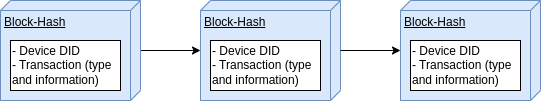
Before: thesis/figures/dlt-architecture.png, a diagram exported from draw.io (arminveres/iot-inventory-management). Source tidied: cells renumbered, new cells last; positions are measured from the earlier drawing's top-left corner, leaving out a move shared by most shapes. Its diagram source:
```xml
<mxGraphModel>
  <root>
    <mxCell id="0" />
    <mxCell id="1" parent="0" />
    <mxCell id="2" style="edgeStyle=orthogonalEdgeStyle;rounded=0;jettySize=auto;html=1;" parent="1" edge="1" source="4" target="7">
      <mxGeometry relative="1" as="geometry" />
    </mxCell>
    <mxCell id="3" style="group;" parent="1" vertex="1">
      <mxGeometry width="140" height="100" as="geometry" />
    </mxCell>
    <mxCell id="4" value="Block-Hash" style="verticalAlign=top;align=left;spacingTop=8;spacingLeft=2;spacingRight=12;shape=cube;size=10;direction=south;fontStyle=4;html=1;whiteSpace=wrap;fillColor=#dae8fc;strokeColor=#6c8ebf;" parent="3" vertex="1">
      <mxGeometry width="140" height="100" as="geometry" />
    </mxCell>
    <mxCell id="5" value="&lt;span style=&quot;font-weight: 400;&quot;&gt;- Device DID&lt;br&gt;- Transaction (type and information)&lt;br&gt;&lt;/span&gt;" style="html=1;whiteSpace=wrap;fontStyle=1;align=left;" parent="3" vertex="1">
      <mxGeometry x="10" y="40" width="110" height="50" as="geometry" />
    </mxCell>
    <mxCell id="6" style="group;" parent="1" vertex="1">
      <mxGeometry x="200" width="140" height="100" as="geometry" />
    </mxCell>
    <mxCell id="7" value="Block-Hash" style="verticalAlign=top;align=left;spacingTop=8;spacingLeft=2;spacingRight=12;shape=cube;size=10;direction=south;fontStyle=4;html=1;whiteSpace=wrap;fillColor=#dae8fc;strokeColor=#6c8ebf;" parent="6" vertex="1">
      <mxGeometry width="140" height="100" as="geometry" />
    </mxCell>
    <mxCell id="8" value="&lt;span style=&quot;font-weight: normal;&quot;&gt;- Device DID&lt;br style=&quot;border-color: var(--border-color);&quot;&gt;- Transaction (type and information)&lt;/span&gt;&lt;span style=&quot;font-weight: 400;&quot;&gt;&lt;br&gt;&lt;/span&gt;" style="html=1;whiteSpace=wrap;fontStyle=1;align=left;" parent="6" vertex="1">
      <mxGeometry x="10" y="40" width="110" height="50" as="geometry" />
    </mxCell>
    <mxCell id="9" style="group;" parent="1" vertex="1">
      <mxGeometry x="400" width="140" height="100" as="geometry" />
    </mxCell>
    <mxCell id="10" value="Block-Hash" style="verticalAlign=top;align=left;spacingTop=8;spacingLeft=2;spacingRight=12;shape=cube;size=10;direction=south;fontStyle=4;html=1;whiteSpace=wrap;fillColor=#dae8fc;strokeColor=#6c8ebf;" parent="9" vertex="1">
      <mxGeometry width="140" height="100" as="geometry" />
    </mxCell>
    <mxCell id="11" value="&lt;span style=&quot;font-weight: normal;&quot;&gt;- Device DID&lt;br style=&quot;border-color: var(--border-color);&quot;&gt;- Transaction (type and information)&lt;/span&gt;&lt;span style=&quot;font-weight: 400;&quot;&gt;&lt;br&gt;&lt;/span&gt;" style="html=1;whiteSpace=wrap;fontStyle=1;align=left;" parent="9" vertex="1">
      <mxGeometry x="10" y="40" width="110" height="50" as="geometry" />
    </mxCell>
    <mxCell id="12" style="edgeStyle=orthogonalEdgeStyle;rounded=0;jettySize=auto;html=1;" parent="1" edge="1" source="7" target="10">
      <mxGeometry relative="1" as="geometry" />
    </mxCell>
  </root>
</mxGraphModel>
```
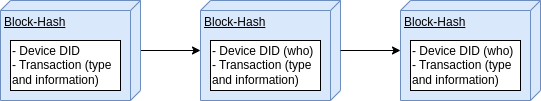
Above is the later version.

What changed in the source:
```diff
@@ -20,7 +20,7 @@
     <mxCell id="7" value="Block-Hash" style="verticalAlign=top;align=left;spacingTop=8;spacingLeft=2;spacingRight=12;shape=cube;size=10;direction=south;fontStyle=4;html=1;whiteSpace=wrap;fillColor=#dae8fc;strokeColor=#6c8ebf;" parent="6" vertex="1">
       <mxGeometry width="140" height="100" as="geometry" />
     </mxCell>
-    <mxCell id="8" value="&lt;span style=&quot;font-weight: normal;&quot;&gt;- Device DID&lt;br style=&quot;border-color: var(--border-color);&quot;&gt;- Transaction (type and information)&lt;/span&gt;&lt;span style=&quot;font-weight: 400;&quot;&gt;&lt;br&gt;&lt;/span&gt;" style="html=1;whiteSpace=wrap;fontStyle=1;align=left;" parent="6" vertex="1">
+    <mxCell id="8" value="&lt;span style=&quot;font-weight: normal;&quot;&gt;- Device DID (who)&lt;br style=&quot;border-color: var(--border-color);&quot;&gt;- Transaction (type and information)&lt;/span&gt;&lt;span style=&quot;font-weight: 400;&quot;&gt;&lt;br&gt;&lt;/span&gt;" style="html=1;whiteSpace=wrap;fontStyle=1;align=left;" parent="6" vertex="1">
       <mxGeometry x="10" y="40" width="110" height="50" as="geometry" />
     </mxCell>
     <mxCell id="9" style="group;" parent="1" vertex="1">
@@ -29,7 +29,7 @@
     <mxCell id="10" value="Block-Hash" style="verticalAlign=top;align=left;spacingTop=8;spacingLeft=2;spacingRight=12;shape=cube;size=10;direction=south;fontStyle=4;html=1;whiteSpace=wrap;fillColor=#dae8fc;strokeColor=#6c8ebf;" parent="9" vertex="1">
       <mxGeometry width="140" height="100" as="geometry" />
     </mxCell>
-    <mxCell id="11" value="&lt;span style=&quot;font-weight: normal;&quot;&gt;- Device DID&lt;br style=&quot;border-color: var(--border-color);&quot;&gt;- Transaction (type and information)&lt;/span&gt;&lt;span style=&quot;font-weight: 400;&quot;&gt;&lt;br&gt;&lt;/span&gt;" style="html=1;whiteSpace=wrap;fontStyle=1;align=left;" parent="9" vertex="1">
+    <mxCell id="11" value="&lt;span style=&quot;font-weight: normal;&quot;&gt;- Device DID (who)&lt;br style=&quot;border-color: var(--border-color);&quot;&gt;- Transaction (type and information)&lt;/span&gt;&lt;span style=&quot;font-weight: 400;&quot;&gt;&lt;br&gt;&lt;/span&gt;" style="html=1;whiteSpace=wrap;fontStyle=1;align=left;" parent="9" vertex="1">
       <mxGeometry x="10" y="40" width="110" height="50" as="geometry" />
     </mxCell>
     <mxCell id="12" style="edgeStyle=orthogonalEdgeStyle;rounded=0;jettySize=auto;html=1;" parent="1" edge="1" source="7" target="10">
```
